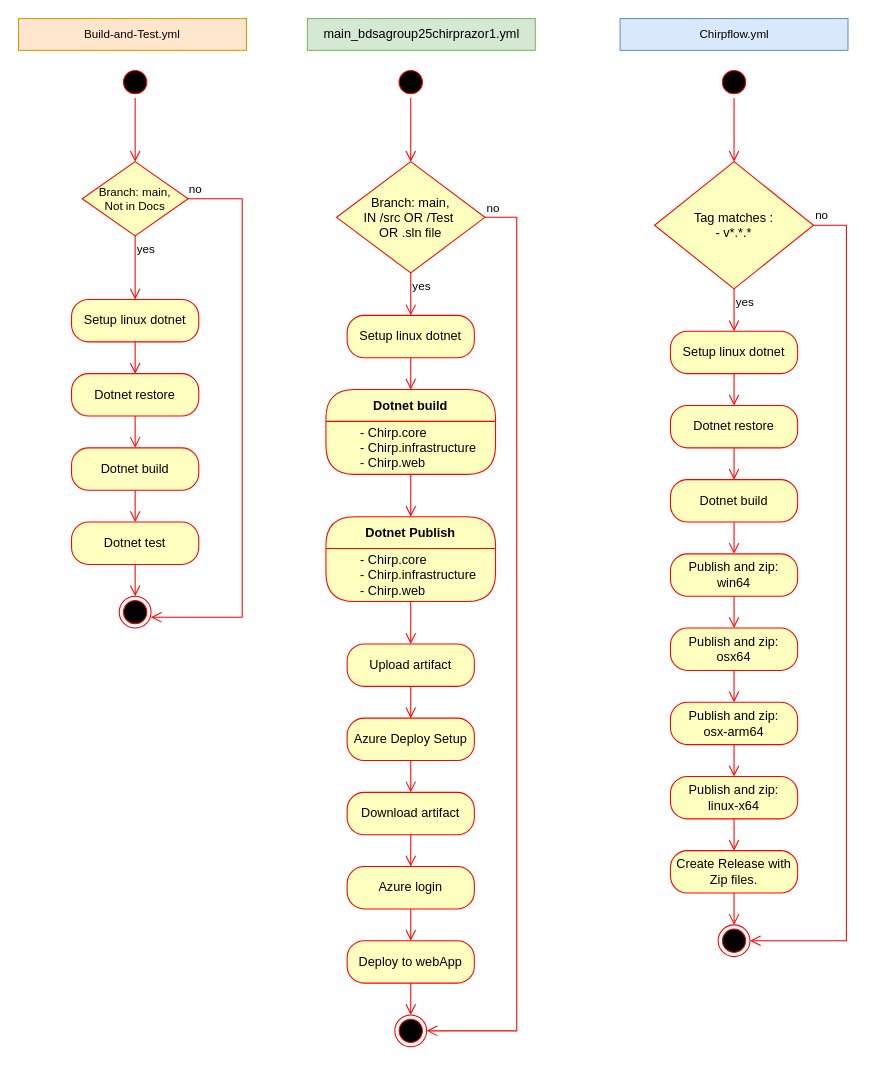
Before: docs/diagrams/workflows.drawio in ITU-BDSA2024-GROUP25/Chirp, a draw.io diagram. Source tidied: cells renumbered, new cells numbered last; positions are measured from the earlier drawing's top-left corner, leaving out a move shared by most shapes. Both pictures are drawn from the tidied source at 106%, with x=0, y=0 at pixel (18, 18).
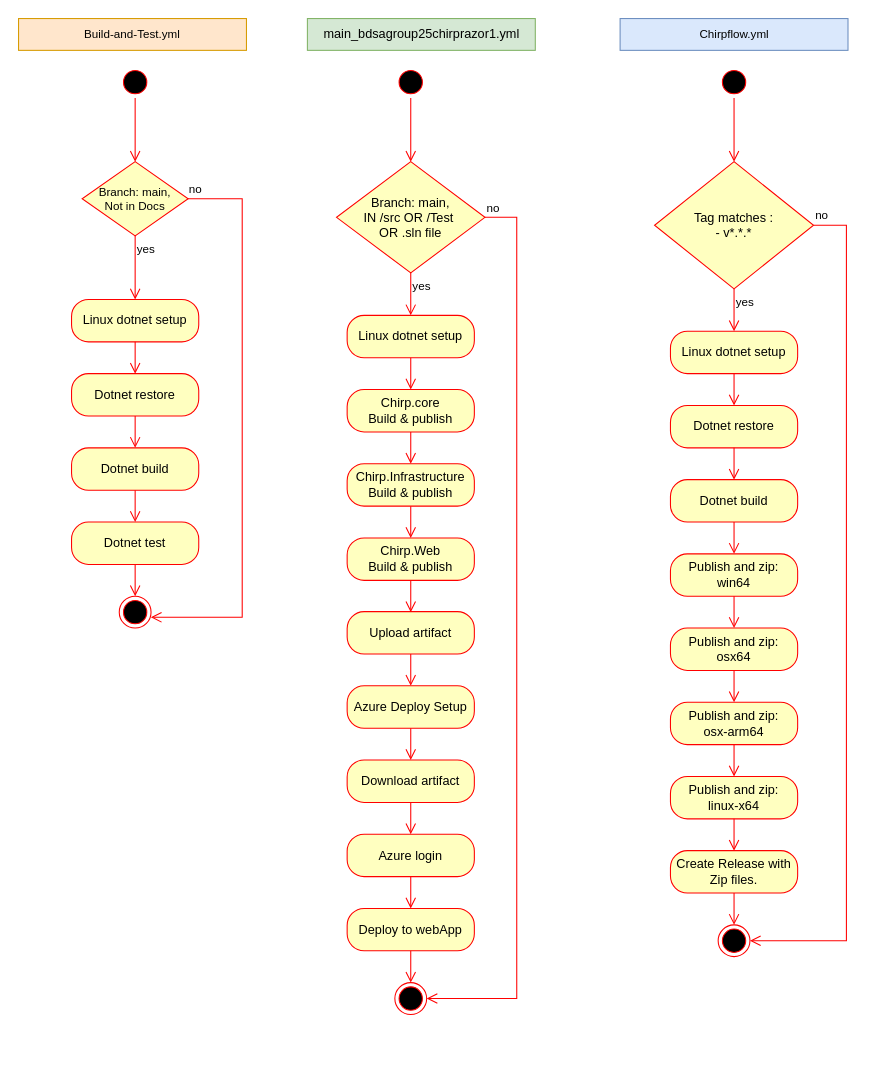
The same diagram, later.

Commit message (it also covers changes not shown here):
updated workflow diagrams.

moved setup, replaced compound boxes.

The change refers to these unchanged cells:
```xml
<mxCell id="15" value="Branch: main,&lt;div&gt;IN /src OR /Test&amp;nbsp;&lt;/div&gt;&lt;div&gt;OR .sln file&lt;/div&gt;" style="rhombus;whiteSpace=wrap;html=1;fontColor=#000000;fillColor=#ffffc0;strokeColor=#ff0000;" parent="1" vertex="1">
  <mxGeometry x="300" y="135" width="140" height="105" as="geometry" />
</mxCell>
```

The edit, as a diff of the source:
```diff
@@
-    <mxCell id="6" value="Setup linux dotnet" style="rounded=1;whiteSpace=wrap;html=1;arcSize=40;fontColor=#000000;fillColor=#ffffc0;strokeColor=#ff0000;" parent="1" vertex="1">
+    <mxCell id="6" value="Linux dotnet setup" style="rounded=1;whiteSpace=wrap;html=1;arcSize=40;fontColor=#000000;fillColor=#ffffc0;strokeColor=#ff0000;" parent="1" vertex="1">
       <mxGeometry x="50" y="265" width="120" height="40" as="geometry" />
     </mxCell>
@@
     <mxCell id="16" value="no" style="edgeStyle=orthogonalEdgeStyle;html=1;align=left;verticalAlign=bottom;endArrow=open;endSize=8;strokeColor=#ff0000;rounded=0;exitX=1;exitY=0.5;exitDx=0;exitDy=0;entryX=1;entryY=0.5;entryDx=0;entryDy=0;" parent="1" edge="1" source="15" target="25">
       <mxGeometry x="-1" relative="1" as="geometry">
         <Array as="points">
-          <mxPoint x="470" y="188" />
-          <mxPoint x="470" y="955" />
+          <mxPoint x="470" y="187" />
+          <mxPoint x="470" y="925" />
+          <mxPoint x="385" y="925" />
         </Array>
       </mxGeometry>
     </mxCell>
@@
-    <mxCell id="18" value="Setup linux dotnet" style="rounded=1;whiteSpace=wrap;html=1;arcSize=40;fontColor=#000000;fillColor=#ffffc0;strokeColor=#ff0000;" parent="1" vertex="1">
+    <mxCell id="18" value="Linux dotnet setup" style="rounded=1;whiteSpace=wrap;html=1;arcSize=40;fontColor=#000000;fillColor=#ffffc0;strokeColor=#ff0000;" parent="1" vertex="1">
       <mxGeometry x="310" y="280" width="120" height="40" as="geometry" />
     </mxCell>
@@
     <mxCell id="20" value="Upload artifact" style="rounded=1;whiteSpace=wrap;html=1;arcSize=40;fontColor=#000000;fillColor=#ffffc0;strokeColor=#ff0000;" parent="1" vertex="1">
-      <mxGeometry x="310" y="590" width="120" height="40" as="geometry" />
+      <mxGeometry x="310" y="559.5" width="120" height="40" as="geometry" />
     </mxCell>
     <mxCell id="21" style="edgeStyle=orthogonalEdgeStyle;html=1;verticalAlign=bottom;endArrow=open;endSize=8;strokeColor=#ff0000;rounded=0;" parent="1" edge="1" source="20">
       <mxGeometry relative="1" as="geometry">
-        <mxPoint x="370" y="660" as="targetPoint" />
+        <mxPoint x="370" y="629.5" as="targetPoint" />
       </mxGeometry>
     </mxCell>
     <mxCell id="22" value="Azure Deploy Setup" style="rounded=1;whiteSpace=wrap;html=1;arcSize=40;fontColor=#000000;fillColor=#ffffc0;strokeColor=#ff0000;" parent="1" vertex="1">
-      <mxGeometry x="310" y="660" width="120" height="40" as="geometry" />
+      <mxGeometry x="310" y="629.5" width="120" height="40" as="geometry" />
     </mxCell>
     <mxCell id="23" style="edgeStyle=orthogonalEdgeStyle;html=1;verticalAlign=bottom;endArrow=open;endSize=8;strokeColor=#ff0000;rounded=0;" parent="1" edge="1" source="22">
       <mxGeometry relative="1" as="geometry">
-        <mxPoint x="370" y="730" as="targetPoint" />
+        <mxPoint x="370" y="699.5" as="targetPoint" />
       </mxGeometry>
     </mxCell>
     <mxCell id="24" value="Download artifact" style="rounded=1;whiteSpace=wrap;html=1;arcSize=40;fontColor=#000000;fillColor=#ffffc0;strokeColor=#ff0000;" parent="1" vertex="1">
-      <mxGeometry x="310" y="730" width="120" height="40" as="geometry" />
+      <mxGeometry x="310" y="699.5" width="120" height="40" as="geometry" />
     </mxCell>
     <mxCell id="25" style="ellipse;html=1;shape=endState;fillColor=#000000;strokeColor=#ff0000;" parent="1" vertex="1">
-      <mxGeometry x="355" y="940" width="30" height="30" as="geometry" />
+      <mxGeometry x="355" y="909.5" width="30" height="30" as="geometry" />
     </mxCell>
     <mxCell id="26" style="edgeStyle=orthogonalEdgeStyle;html=1;verticalAlign=bottom;endArrow=open;endSize=8;strokeColor=#ff0000;rounded=0;" parent="1" edge="1">
       <mxGeometry relative="1" as="geometry">
-        <mxPoint x="370" y="770" as="sourcePoint" />
-        <mxPoint x="370" y="800" as="targetPoint" />
+        <mxPoint x="370" y="739.5" as="sourcePoint" />
+        <mxPoint x="370" y="769.5" as="targetPoint" />
       </mxGeometry>
     </mxCell>
     <mxCell id="27" value="Azure login" style="rounded=1;whiteSpace=wrap;html=1;arcSize=40;fontColor=#000000;fillColor=#ffffc0;strokeColor=#ff0000;" parent="1" vertex="1">
-      <mxGeometry x="310" y="800" width="120" height="40" as="geometry" />
+      <mxGeometry x="310" y="769.5" width="120" height="40" as="geometry" />
     </mxCell>
     <mxCell id="28" style="edgeStyle=orthogonalEdgeStyle;html=1;verticalAlign=bottom;endArrow=open;endSize=8;strokeColor=#ff0000;rounded=0;" parent="1" edge="1" source="27">
       <mxGeometry relative="1" as="geometry">
-        <mxPoint x="370" y="870" as="targetPoint" />
+        <mxPoint x="370" y="839.5" as="targetPoint" />
       </mxGeometry>
     </mxCell>
     <mxCell id="29" value="Deploy to webApp" style="rounded=1;whiteSpace=wrap;html=1;arcSize=40;fontColor=#000000;fillColor=#ffffc0;strokeColor=#ff0000;" parent="1" vertex="1">
-      <mxGeometry x="310" y="870" width="120" height="40" as="geometry" />
+      <mxGeometry x="310" y="839.5" width="120" height="40" as="geometry" />
     </mxCell>
     <mxCell id="30" style="edgeStyle=orthogonalEdgeStyle;html=1;verticalAlign=bottom;endArrow=open;endSize=8;strokeColor=#ff0000;rounded=0;" parent="1" edge="1" source="29">
       <mxGeometry relative="1" as="geometry">
-        <mxPoint x="370" y="940" as="targetPoint" />
+        <mxPoint x="370" y="909.5" as="targetPoint" />
       </mxGeometry>
     </mxCell>
-    <mxCell id="31" value="Dotnet build" style="swimlane;fontStyle=1;align=center;verticalAlign=middle;horizontal=1;startSize=30;fontColor=#000000;rounded=1;arcSize=30;strokeColor=#ff0000;fillColor=#ffffc0;swimlaneFillColor=#ffffc0;" parent="1" vertex="1">
-      <mxGeometry x="290" y="350" width="160" height="80" as="geometry" />
-    </mxCell>
-    <mxCell id="32" value="&lt;div style=&quot;&quot;&gt;&lt;span style=&quot;background-color: initial;&quot;&gt;&lt;span style=&quot;white-space: pre;&quot;&gt;&#9;&lt;/span&gt;- Chirp.core&lt;/span&gt;&lt;/div&gt;&lt;div style=&quot;&quot;&gt;&lt;span style=&quot;white-space: pre;&quot;&gt;&#9;&lt;/span&gt;- Chirp.infrastructure&lt;/div&gt;&lt;div style=&quot;&quot;&gt;&lt;span style=&quot;white-space: pre;&quot;&gt;&#9;&lt;/span&gt;- Chirp.web&lt;/div&gt;" style="text;html=1;strokeColor=none;fillColor=none;align=left;verticalAlign=middle;spacingLeft=4;spacingRight=4;whiteSpace=wrap;overflow=hidden;fontColor=#000000;" parent="31" vertex="1">
-      <mxGeometry y="30" width="160" height="50" as="geometry" />
-    </mxCell>
-    <mxCell id="33" style="edgeStyle=orthogonalEdgeStyle;html=1;verticalAlign=bottom;endArrow=open;endSize=8;strokeColor=#ff0000;rounded=0;" parent="1" edge="1" source="31">
-      <mxGeometry relative="1" as="geometry">
-        <mxPoint x="370" y="470" as="targetPoint" />
-      </mxGeometry>
-    </mxCell>
-    <mxCell id="34" value="Dotnet Publish" style="swimlane;fontStyle=1;align=center;verticalAlign=middle;horizontal=1;startSize=30;fontColor=#000000;rounded=1;arcSize=30;strokeColor=#ff0000;fillColor=#ffffc0;swimlaneFillColor=#ffffc0;" parent="1" vertex="1">
-      <mxGeometry x="290" y="470" width="160" height="80" as="geometry" />
-    </mxCell>
-    <mxCell id="35" value="&lt;span style=&quot;white-space: pre;&quot;&gt;&#9;&lt;/span&gt;- Chirp.core&lt;div&gt;&lt;span style=&quot;white-space: pre;&quot;&gt;&#9;&lt;/span&gt;- Chirp.infrastructure&lt;/div&gt;&lt;div&gt;&lt;span style=&quot;white-space: pre;&quot;&gt;&#9;&lt;/span&gt;- Chirp.web&lt;/div&gt;" style="text;html=1;strokeColor=none;fillColor=none;align=left;verticalAlign=middle;spacingLeft=4;spacingRight=4;whiteSpace=wrap;overflow=hidden;fontColor=#000000;" parent="34" vertex="1">
-      <mxGeometry y="30" width="160" height="50" as="geometry" />
-    </mxCell>
-    <mxCell id="36" style="edgeStyle=orthogonalEdgeStyle;html=1;verticalAlign=bottom;endArrow=open;endSize=8;strokeColor=#ff0000;rounded=0;" parent="1" edge="1" source="34">
-      <mxGeometry relative="1" as="geometry">
-        <mxPoint x="370" y="590" as="targetPoint" />
-      </mxGeometry>
-    </mxCell>
@@
-    <mxCell id="46" value="Setup linux dotnet" style="rounded=1;whiteSpace=wrap;html=1;arcSize=40;fontColor=#000000;fillColor=#ffffc0;strokeColor=#ff0000;" parent="1" vertex="1">
+    <mxCell id="46" value="Linux dotnet setup" style="rounded=1;whiteSpace=wrap;html=1;arcSize=40;fontColor=#000000;fillColor=#ffffc0;strokeColor=#ff0000;" parent="1" vertex="1">
       <mxGeometry x="615" y="295" width="120" height="40" as="geometry" />
     </mxCell>
@@
+    <mxCell id="65" value="Chirp.core&lt;div&gt;Build &amp;amp; publish&lt;/div&gt;" style="rounded=1;whiteSpace=wrap;html=1;arcSize=40;fontColor=#000000;fillColor=#ffffc0;strokeColor=#ff0000;" parent="1" vertex="1">
+      <mxGeometry x="310" y="350" width="120" height="40" as="geometry" />
+    </mxCell>
+    <mxCell id="66" style="edgeStyle=orthogonalEdgeStyle;html=1;verticalAlign=bottom;endArrow=open;endSize=8;strokeColor=#ff0000;rounded=0;" parent="1" edge="1" source="65">
+      <mxGeometry relative="1" as="geometry">
+        <mxPoint x="370" y="420" as="targetPoint" />
+      </mxGeometry>
+    </mxCell>
+    <mxCell id="67" value="Chirp.Infrastructure&lt;div&gt;Build &amp;amp; publish&lt;/div&gt;" style="rounded=1;whiteSpace=wrap;html=1;arcSize=40;fontColor=#000000;fillColor=#ffffc0;strokeColor=#ff0000;" parent="1" vertex="1">
+      <mxGeometry x="310" y="420" width="120" height="40" as="geometry" />
+    </mxCell>
+    <mxCell id="68" style="edgeStyle=orthogonalEdgeStyle;html=1;verticalAlign=bottom;endArrow=open;endSize=8;strokeColor=#ff0000;rounded=0;" parent="1" edge="1" source="67">
+      <mxGeometry relative="1" as="geometry">
+        <mxPoint x="370" y="490" as="targetPoint" />
+      </mxGeometry>
+    </mxCell>
+    <mxCell id="69" value="Chirp.Web&lt;div&gt;Build &amp;amp; publish&lt;/div&gt;" style="rounded=1;whiteSpace=wrap;html=1;arcSize=40;fontColor=#000000;fillColor=#ffffc0;strokeColor=#ff0000;" parent="1" vertex="1">
+      <mxGeometry x="310" y="490" width="120" height="40" as="geometry" />
+    </mxCell>
+    <mxCell id="70" style="edgeStyle=orthogonalEdgeStyle;html=1;verticalAlign=bottom;endArrow=open;endSize=8;strokeColor=#ff0000;rounded=0;" parent="1" edge="1" source="69">
+      <mxGeometry relative="1" as="geometry">
+        <mxPoint x="370" y="560" as="targetPoint" />
+      </mxGeometry>
+    </mxCell>
```
